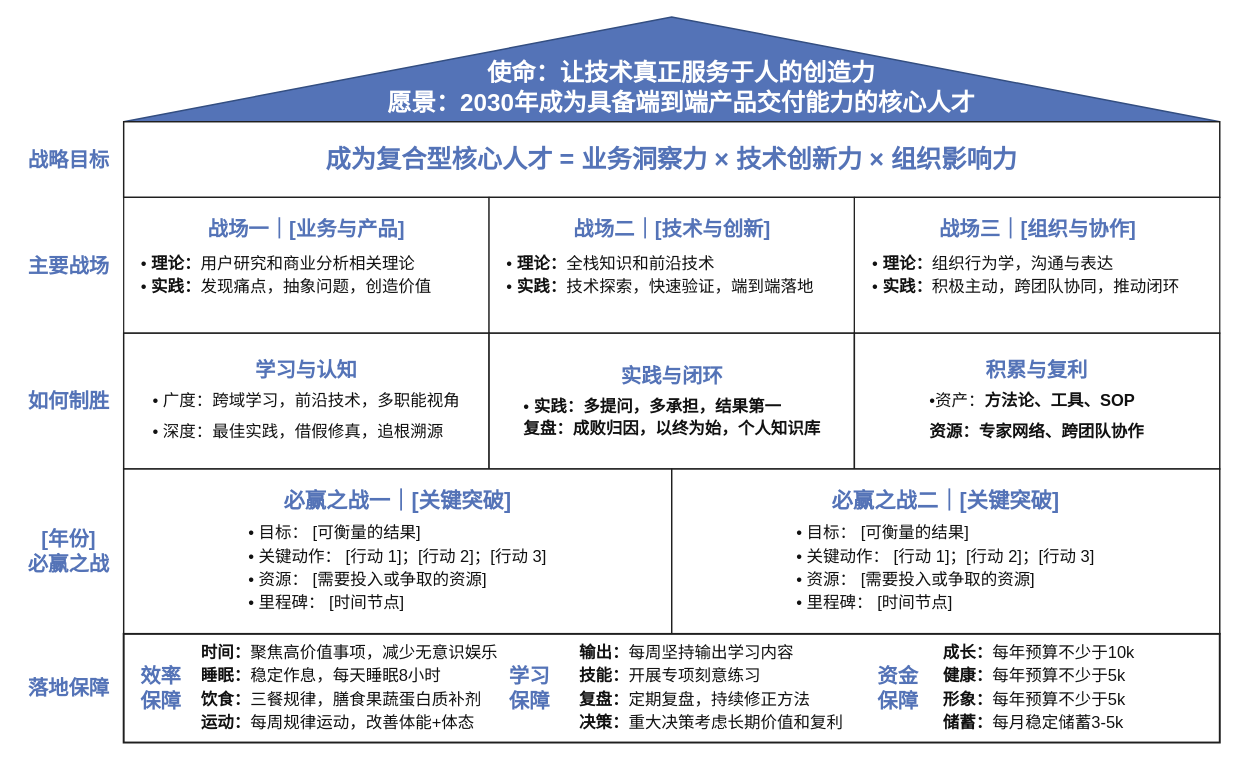
beauc114514/beauc114514 keeps this draw.io diagram as 个人战略屋模板.drawio. Above is the earlier version. Source tidied: cells renumbered, new cells numbered last; positions are measured from the earlier drawing's top-left corner, leaving out a move shared by most shapes. Both pictures are drawn from the tidied source at 97%, with x=0, y=0 at pixel (16, 16).
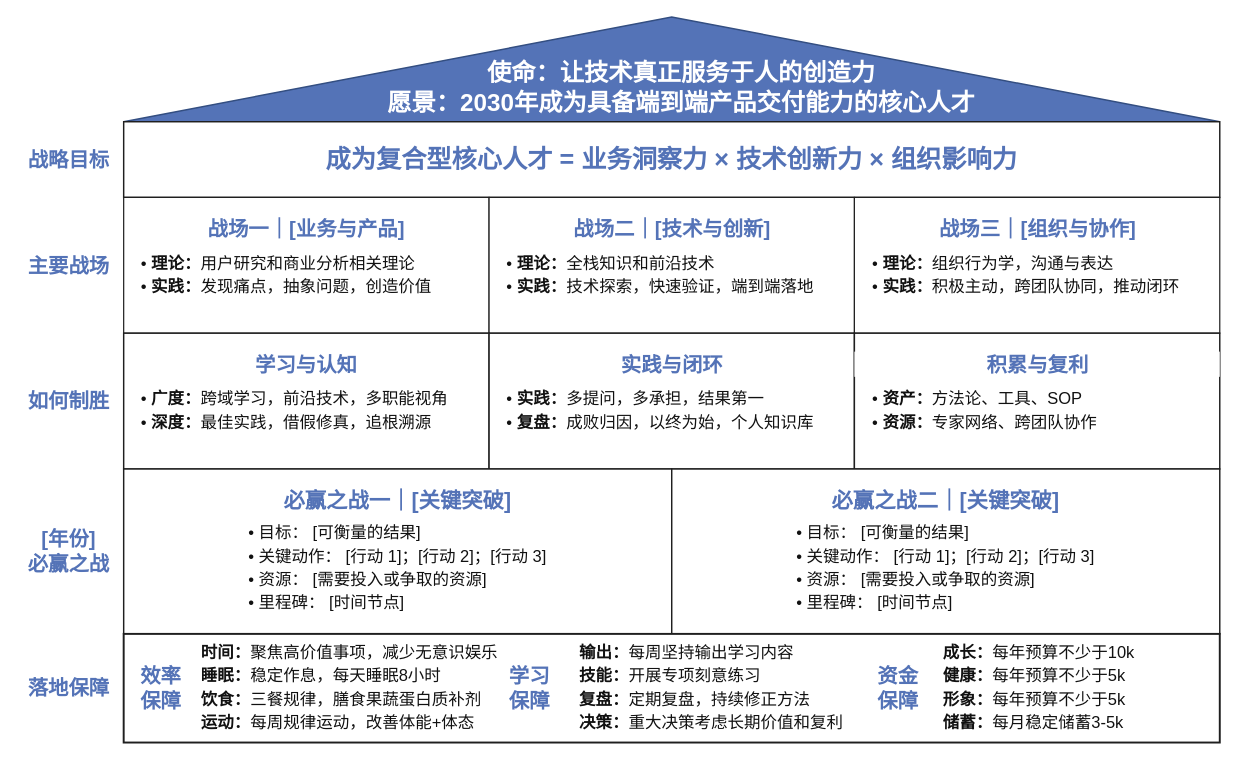
After the change.

Commit message:
统一如何制胜三栏排版

What changed in the source:
```diff
@@
-    <mxCell id="16" value="&lt;b style=&quot;font-size: 21px; color: rgb(84, 115, 183);&quot;&gt;学习与认知&lt;/b&gt;&lt;div align=&quot;left&quot; style=&quot;font-size:17px;line-height:1.4;margin-top:8px;&quot;&gt;• 广度：跨域学习，前沿技术，&lt;span style=&quot;background-color: transparent; color: light-dark(rgb(17, 17, 17), rgb(223, 223, 223)); text-align: center;&quot;&gt;多职能视角&lt;/span&gt;&lt;/div&gt;&lt;div align=&quot;left&quot; style=&quot;font-size:17px;line-height:1.4;margin-top:8px;&quot;&gt;&lt;span style=&quot;white-space: nowrap;&quot;&gt;•&amp;nbsp;&lt;/span&gt;&lt;span style=&quot;background-color: transparent; color: light-dark(rgb(17, 17, 17), rgb(223, 223, 223));&quot;&gt;深度：最佳实践，借假修真，追根溯源&lt;/span&gt;&lt;/div&gt;" style="rounded=0;html=1;whiteSpace=wrap;align=center;verticalAlign=middle;spacing=8;fillColor=#FFFFFF;strokeColor=#1F1F1F;strokeWidth=1.5;fontColor=#111111;fontFamily=PingFang SC;fontSize=17;" parent="1" vertex="1">
+    <mxCell id="16" style="rounded=0;html=1;whiteSpace=wrap;align=center;verticalAlign=middle;spacing=8;fillColor=#FFFFFF;strokeColor=#1F1F1F;strokeWidth=1.5;fontColor=#111111;fontFamily=PingFang SC;fontSize=17;" parent="1" vertex="1">
       <mxGeometry x="110" y="326" width="376.7" height="140" as="geometry" />
     </mxCell>
-    <mxCell id="17" value="&lt;b style=&quot;font-size: 21px; color: rgb(84, 115, 183);&quot;&gt;实践与闭环&lt;/b&gt;&lt;div align=&quot;left&quot; style=&quot;line-height: 1.38; margin-top: 8px; font-size: 17px;&quot;&gt;•&amp;nbsp;&lt;strong style=&quot;background-color: transparent; color: light-dark(rgb(17, 17, 17), rgb(223, 223, 223)); text-align: center;&quot;&gt;实践：多提问，多承担，结果第一&lt;/strong&gt;&lt;/div&gt;&lt;strong&gt;复盘：成败归因，以终为始，个人知识库&lt;/strong&gt;" style="rounded=0;html=1;whiteSpace=wrap;align=center;verticalAlign=middle;spacing=8;fillColor=#FFFFFF;strokeColor=#1F1F1F;strokeWidth=1.5;fontColor=#111111;fontFamily=PingFang SC;fontSize=17;" parent="1" vertex="1">
+    <mxCell id="17" style="rounded=0;html=1;whiteSpace=wrap;align=center;verticalAlign=middle;spacing=8;fillColor=#FFFFFF;strokeColor=#1F1F1F;strokeWidth=1.5;fontColor=#111111;fontFamily=PingFang SC;fontSize=17;" parent="1" vertex="1">
       <mxGeometry x="486.7" y="326" width="376.7" height="140" as="geometry" />
     </mxCell>
-    <mxCell id="18" value="&lt;b style=&quot;font-size: 21px; color: rgb(84, 115, 183);&quot;&gt;积累与复利&lt;/b&gt;&lt;div align=&quot;left&quot; style=&quot;font-size:17px;line-height:1.4;margin-top:8px;&quot;&gt;•资产：&lt;strong style=&quot;background-color: transparent; color: light-dark(rgb(17, 17, 17), rgb(223, 223, 223)); text-align: center;&quot;&gt;方法论、工具、SOP&lt;/strong&gt;&lt;/div&gt;&lt;div align=&quot;left&quot; style=&quot;font-size:17px;line-height:1.4;margin-top:8px;&quot;&gt;&lt;strong style=&quot;background-color: transparent; color: light-dark(rgb(17, 17, 17), rgb(223, 223, 223)); text-align: center;&quot;&gt;资源：专家网络、跨团队协作&lt;/strong&gt;&lt;/div&gt;" style="rounded=0;html=1;whiteSpace=wrap;align=center;verticalAlign=middle;spacing=8;fillColor=#FFFFFF;strokeColor=#1F1F1F;strokeWidth=1.5;fontColor=#111111;fontFamily=PingFang SC;fontSize=17;" parent="1" vertex="1">
+    <mxCell id="18" style="rounded=0;html=1;whiteSpace=wrap;align=center;verticalAlign=middle;spacing=8;fillColor=#FFFFFF;strokeColor=#1F1F1F;strokeWidth=1.5;fontColor=#111111;fontFamily=PingFang SC;fontSize=17;" parent="1" vertex="1">
       <mxGeometry x="863.3" y="326" width="376.7" height="140" as="geometry" />
     </mxCell>
+    <mxCell id="31" value="学习与认知" style="text;html=1;align=center;verticalAlign=middle;spacing=0;strokeColor=none;fillColor=none;fontColor=#5473B7;fontFamily=PingFang SC;fontSize=21;fontStyle=1;" parent="1" vertex="1">
+      <mxGeometry x="110" y="345" width="376.7" height="26" as="geometry" />
+    </mxCell>
+    <mxCell id="32" value="实践与闭环" style="text;html=1;align=center;verticalAlign=middle;spacing=0;strokeColor=none;fillColor=none;fontColor=#5473B7;fontFamily=PingFang SC;fontSize=21;fontStyle=1;" parent="1" vertex="1">
+      <mxGeometry x="486.7" y="345" width="376.7" height="26" as="geometry" />
+    </mxCell>
+    <mxCell id="33" value="积累与复利" style="text;html=1;align=center;verticalAlign=middle;spacing=0;strokeColor=none;fillColor=#FFFFFF;fontColor=#5473B7;fontFamily=PingFang SC;fontSize=21;fontStyle=1;" parent="1" vertex="1">
+      <mxGeometry x="863.3" y="345" width="376.7" height="26" as="geometry" />
+    </mxCell>
+    <mxCell id="34" value="&lt;div style=&quot;font-size:17px;line-height:24px;&quot;&gt;• &lt;b&gt;广度：&lt;/b&gt;跨域学习，前沿技术，多职能视角&lt;br&gt;• &lt;b&gt;深度：&lt;/b&gt;最佳实践，借假修真，追根溯源&lt;/div&gt;" style="text;html=1;align=left;verticalAlign=middle;spacing=0;strokeColor=none;fillColor=none;fontColor=#111111;fontFamily=PingFang SC;fontSize=17;" parent="1" vertex="1">
+      <mxGeometry x="128" y="379" width="340" height="54" as="geometry" />
+    </mxCell>
+    <mxCell id="35" value="&lt;div style=&quot;font-size:17px;line-height:24px;&quot;&gt;• &lt;b&gt;实践：&lt;/b&gt;多提问，多承担，结果第一&lt;br&gt;• &lt;b&gt;复盘：&lt;/b&gt;成败归因，以终为始，个人知识库&lt;/div&gt;" style="text;html=1;align=left;verticalAlign=middle;spacing=0;strokeColor=none;fillColor=none;fontColor=#111111;fontFamily=PingFang SC;fontSize=17;" parent="1" vertex="1">
+      <mxGeometry x="505" y="379" width="340" height="54" as="geometry" />
+    </mxCell>
+    <mxCell id="36" value="&lt;div style=&quot;font-size:17px;line-height:24px;&quot;&gt;• &lt;b&gt;资产：&lt;/b&gt;方法论、工具、SOP&lt;br&gt;• &lt;b&gt;资源：&lt;/b&gt;专家网络、跨团队协作&lt;/div&gt;" style="text;html=1;align=left;verticalAlign=middle;spacing=0;strokeColor=none;fillColor=none;fontColor=#111111;fontFamily=PingFang SC;fontSize=17;" parent="1" vertex="1">
+      <mxGeometry x="882" y="379" width="340" height="54" as="geometry" />
+    </mxCell>
```
